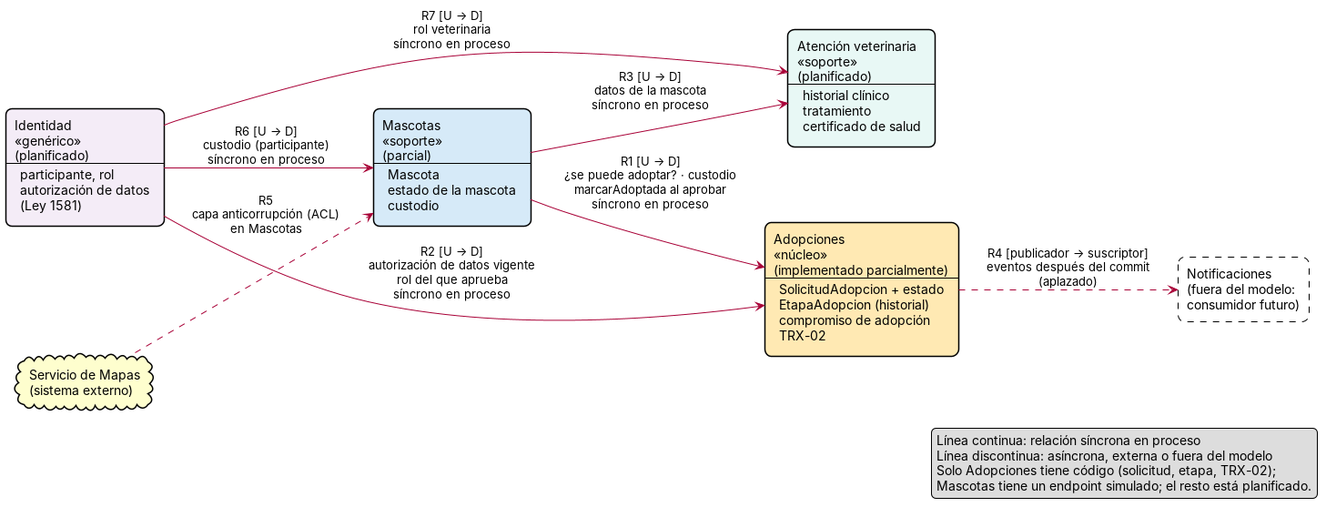
Before: docs/dominio/context-map.png, a diagram exported from PlantUML (Charry21/PatitasUrbanas). Its source is kept beside it as docs/dominio/context-map.puml.
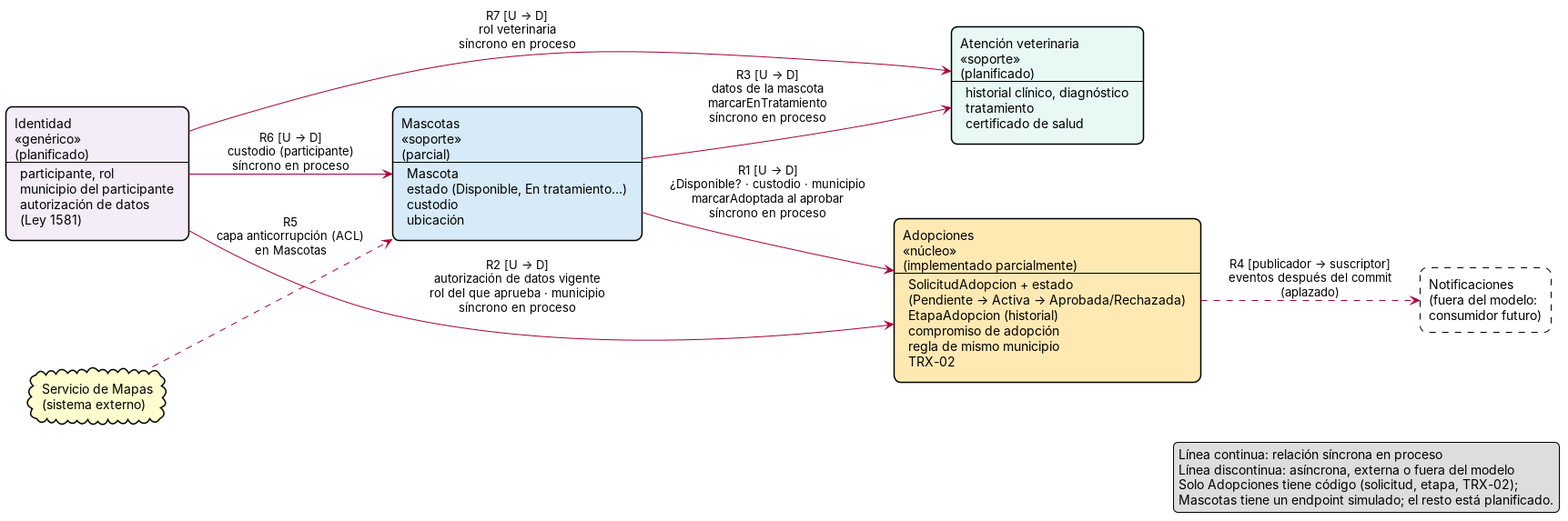
Above is the later version.

What changed in the source:
```diff
@@ -7,16 +7,16 @@
 }
 left to right direction
 
-rectangle "Identidad\n<<genérico>>\n(planificado)\n--\nparticipante, rol\nautorización de datos\n(Ley 1581)" as IDE #F4ECF7
-rectangle "Mascotas\n<<soporte>>\n(parcial)\n--\nMascota\nestado de la mascota\ncustodio" as MAS #D6EAF8
-rectangle "Adopciones\n<<núcleo>>\n(implementado parcialmente)\n--\nSolicitudAdopcion + estado\nEtapaAdopcion (historial)\ncompromiso de adopción\nTRX-02" as ADO #FFE9B3
-rectangle "Atención veterinaria\n<<soporte>>\n(planificado)\n--\nhistorial clínico\ntratamiento\ncertificado de salud" as VET #E8F8F5
+rectangle "Identidad\n<<genérico>>\n(planificado)\n--\nparticipante, rol\nmunicipio del participante\nautorización de datos\n(Ley 1581)" as IDE #F4ECF7
+rectangle "Mascotas\n<<soporte>>\n(parcial)\n--\nMascota\nestado (Disponible, En tratamiento…)\ncustodio\nubicación" as MAS #D6EAF8
+rectangle "Adopciones\n<<núcleo>>\n(implementado parcialmente)\n--\nSolicitudAdopcion + estado\n(Pendiente → Activa → Aprobada/Rechazada)\nEtapaAdopcion (historial)\ncompromiso de adopción\nregla de mismo municipio\nTRX-02" as ADO #FFE9B3
+rectangle "Atención veterinaria\n<<soporte>>\n(planificado)\n--\nhistorial clínico, diagnóstico\ntratamiento\ncertificado de salud" as VET #E8F8F5
 rectangle "Notificaciones\n(fuera del modelo:\nconsumidor futuro)" as NOT #FFFFFF;line.dashed
 cloud "Servicio de Mapas\n(sistema externo)" as MAPS
 
-MAS --> ADO : R1 [U → D]\n¿se puede adoptar? · custodio\nmarcarAdoptada al aprobar\nsíncrono en proceso
-IDE --> ADO : R2 [U → D]\nautorización de datos vigente\nrol del que aprueba\nsíncrono en proceso
-MAS --> VET : R3 [U → D]\ndatos de la mascota\nsíncrono en proceso
+MAS --> ADO : R1 [U → D]\n¿Disponible? · custodio · municipio\nmarcarAdoptada al aprobar\nsíncrono en proceso
+IDE --> ADO : R2 [U → D]\nautorización de datos vigente\nrol del que aprueba · municipio\nsíncrono en proceso
+MAS --> VET : R3 [U → D]\ndatos de la mascota\nmarcarEnTratamiento\nsíncrono en proceso
 IDE --> MAS : R6 [U → D]\ncustodio (participante)\nsíncrono en proceso
 IDE --> VET : R7 [U → D]\nrol veterinaria\nsíncrono en proceso
 ADO ..> NOT : R4 [publicador → suscriptor]\neventos después del commit\n(aplazado)
```
